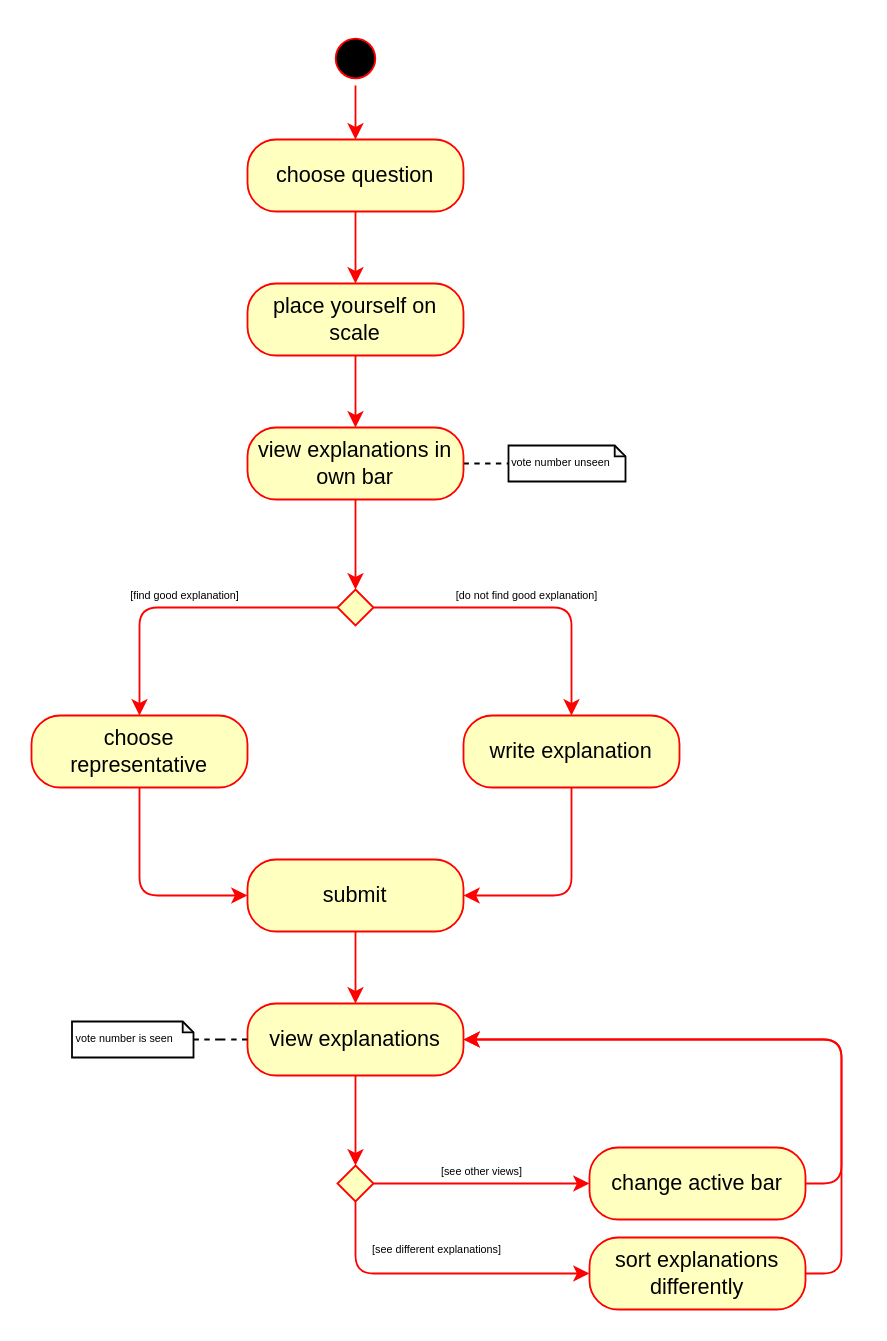
Above: page "Choose or Create" (5 of 7) of diagrams/userflow.drawio in GabrielKP/vice-versa (draw.io), before the change. Source tidied: cells renumbered, new cells numbered last; positions are measured from the earlier drawing's top-left corner, leaving out a move shared by most shapes. Both pictures are drawn from the tidied source at 180%, with x=0, y=0 at pixel (31, 31).
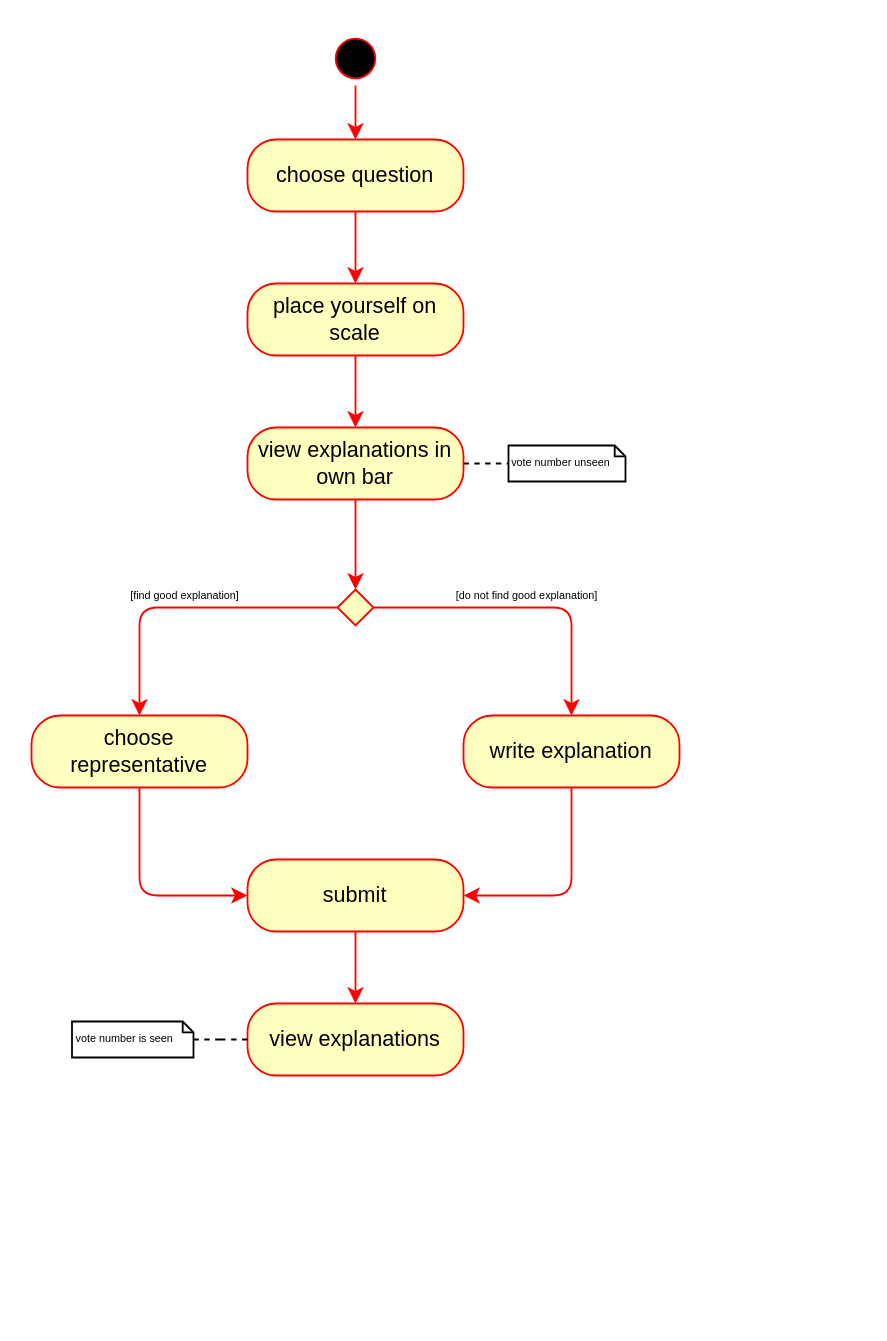
The same diagram, later.

Commit message (it also covers changes not shown here):
quick and dirty addition view explanations

Unchanged cells that the change refers to:
```xml
<mxCell id="15" value="view explanations" style="rounded=1;whiteSpace=wrap;html=1;arcSize=40;fontColor=#000000;fillColor=#ffffc0;strokeColor=#ff0000;" parent="1" vertex="1">
  <mxGeometry x="120" y="540" width="120" height="40" as="geometry" />
</mxCell>
```

Diff of the diagram source:
```diff
@@
-    <mxCell id="14" style="edgeStyle=orthogonalEdgeStyle;rounded=1;jettySize=auto;html=1;strokeColor=#FF0000;fontSize=6;align=left;" parent="1" edge="1" source="15" target="18">
-      <mxGeometry relative="1" as="geometry" />
-    </mxCell>
@@
-    <mxCell id="16" value="&lt;div&gt;[see different explanations]&lt;/div&gt;&lt;div&gt;&lt;br&gt;&lt;/div&gt;" style="edgeStyle=orthogonalEdgeStyle;rounded=1;jettySize=auto;html=1;entryX=0;entryY=0.5;entryDx=0;entryDy=0;strokeColor=#FF0000;fontSize=6;align=center;exitX=0.5;exitY=1;exitDx=0;exitDy=0;verticalAlign=bottom;" parent="1" edge="1" source="18" target="20">
-      <mxGeometry relative="1" as="geometry" />
-    </mxCell>
-    <mxCell id="17" value="&lt;div&gt;[see other views]&lt;/div&gt;" style="edgeStyle=orthogonalEdgeStyle;rounded=1;jettySize=auto;html=1;entryX=0;entryY=0.5;entryDx=0;entryDy=0;strokeColor=#FF0000;fontSize=6;align=center;verticalAlign=bottom;" parent="1" edge="1" source="18" target="22">
-      <mxGeometry relative="1" as="geometry" />
-    </mxCell>
-    <mxCell id="18" style="rhombus;whiteSpace=wrap;html=1;fillColor=#ffffc0;strokeColor=#ff0000;" parent="1" vertex="1">
-      <mxGeometry x="170" y="630" width="20" height="20" as="geometry" />
-    </mxCell>
-    <mxCell id="19" style="edgeStyle=orthogonalEdgeStyle;rounded=1;jettySize=auto;html=1;entryX=1;entryY=0.5;entryDx=0;entryDy=0;strokeColor=#FF0000;fontSize=6;align=left;exitX=1;exitY=0.5;exitDx=0;exitDy=0;" parent="1" edge="1" source="20" target="15">
-      <mxGeometry relative="1" as="geometry" />
-    </mxCell>
-    <mxCell id="20" value="&lt;div&gt;sort explanations differently&lt;/div&gt;" style="rounded=1;whiteSpace=wrap;html=1;arcSize=40;fontColor=#000000;fillColor=#ffffc0;strokeColor=#ff0000;" parent="1" vertex="1">
-      <mxGeometry x="310" y="670" width="120" height="40" as="geometry" />
-    </mxCell>
-    <mxCell id="21" style="edgeStyle=orthogonalEdgeStyle;rounded=1;jettySize=auto;html=1;entryX=1;entryY=0.5;entryDx=0;entryDy=0;strokeColor=#FF0000;fontSize=6;align=left;exitX=1;exitY=0.5;exitDx=0;exitDy=0;" parent="1" edge="1" source="22" target="15">
-      <mxGeometry relative="1" as="geometry" />
-    </mxCell>
-    <mxCell id="22" value="change active bar" style="rounded=1;whiteSpace=wrap;html=1;arcSize=40;fontColor=#000000;fillColor=#ffffc0;strokeColor=#ff0000;" parent="1" vertex="1">
-      <mxGeometry x="310" y="620" width="120" height="40" as="geometry" />
-    </mxCell>
```
